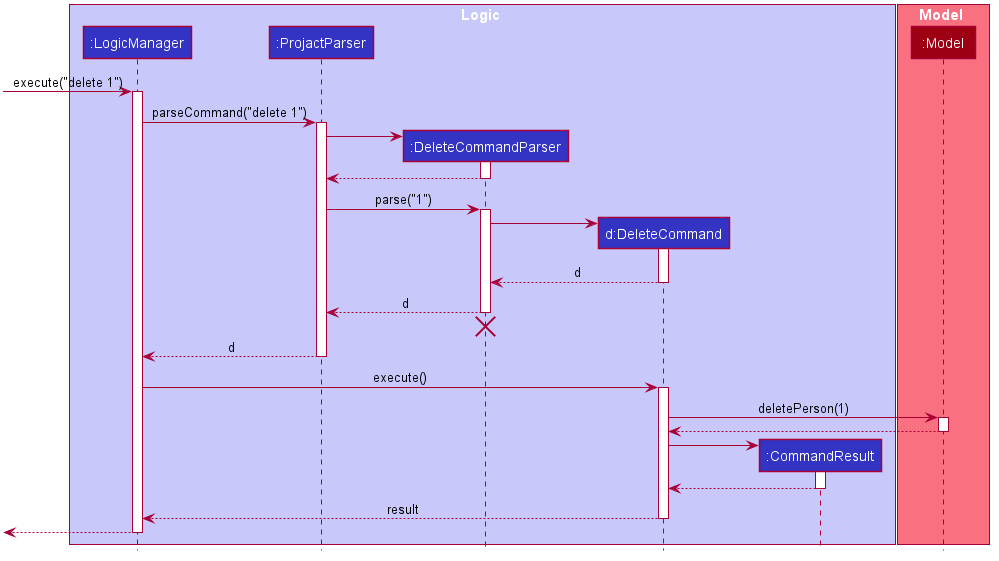
The PlantUML diagram docs/images/DeleteSequenceDiagram.png in siqiang-ng/tp, before a commit.
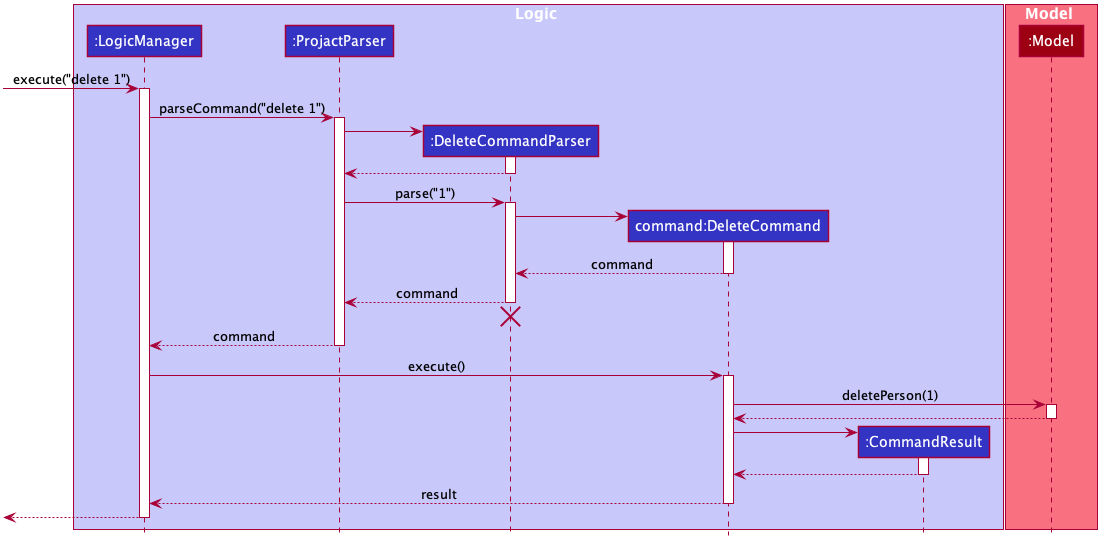
Above is the later version.

The edit, as a diff of the source:
```diff
@@ -52,7 +52,7 @@
 participant ":LogicManager" as LogicManager #3333C4
 participant ":ProjactParser" as ProjactParser #3333C4
 participant ":DeleteCommandParser" as DeleteCommandParser #3333C4
-participant "d:DeleteCommand" as DeleteCommand #3333C4
+participant "command:DeleteCommand" as DeleteCommand #3333C4
 participant ":CommandResult" as CommandResult #3333C4
 end box
 
@@ -80,15 +80,15 @@
 DeleteCommandParser -> DeleteCommand
 activate DeleteCommand
 
-DeleteCommand --> DeleteCommandParser : d
+DeleteCommand --> DeleteCommandParser : command
 deactivate DeleteCommand
 
-DeleteCommandParser --> ProjactParser : d
+DeleteCommandParser --> ProjactParser : command
 deactivate DeleteCommandParser
 DeleteCommandParser -[hidden]-> ProjactParser
 destroy DeleteCommandParser
 
-ProjactParser --> LogicManager : d
+ProjactParser --> LogicManager : command
 deactivate ProjactParser
 
 LogicManager -> DeleteCommand : execute()
```
